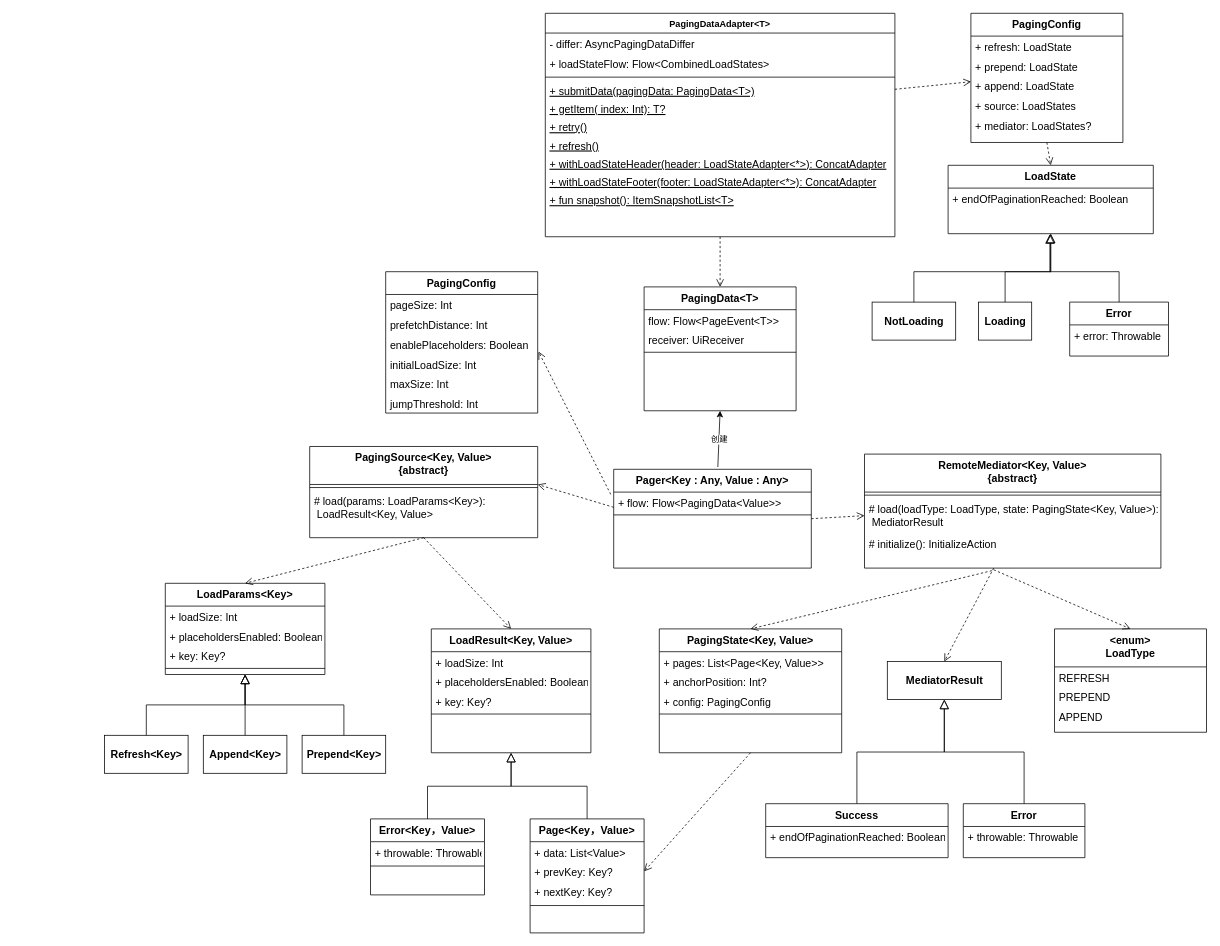
The draw.io diagram paging3demo/paging.drawio in EricHyh/KtDemoCollection, before the edit. Source tidied: cells renumbered, new cells numbered last; positions are measured from the earlier drawing's top-left corner, leaving out a move shared by most shapes. Both pictures are drawn from the tidied source at 76%, with x=0, y=0 at pixel (104, 13).
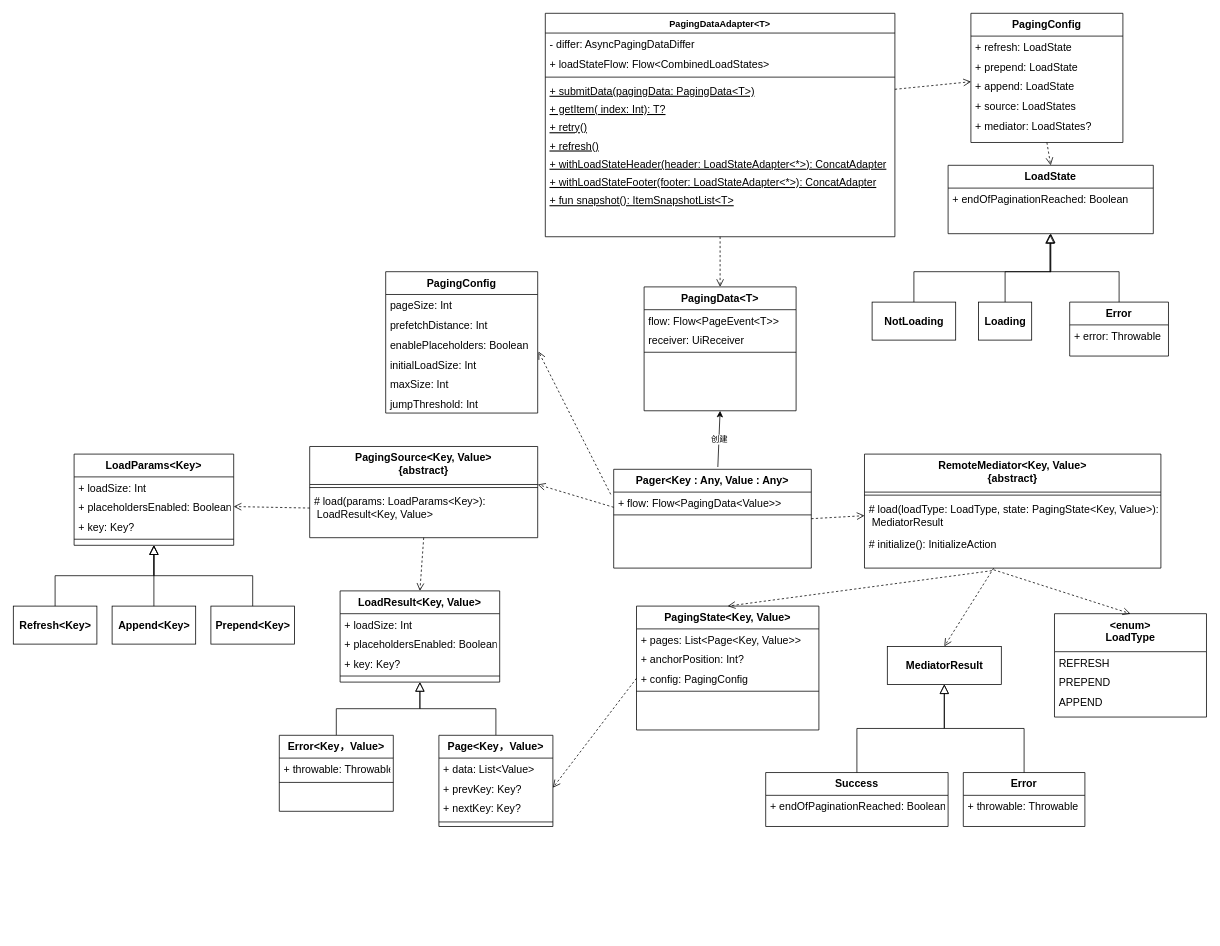
The same page after the edit.

The change refers to these unchanged cells:
```xml
<mxCell id="21" value="PagingSource&lt;Key, Value&gt;&#10;{abstract}" style="swimlane;fontStyle=1;align=center;verticalAlign=top;horizontal=1;startSize=50;rounded=0;shadow=0;strokeWidth=1;fontSize=14;" parent="1" vertex="1">
  <mxGeometry x="270" y="570" width="300" height="120" as="geometry" />
</mxCell>
<mxCell id="23" value="# load(params: LoadParams&lt;Key&gt;):&#10; LoadResult&lt;Key, Value&gt;" style="text;align=left;verticalAlign=top;spacingLeft=4;spacingRight=4;overflow=hidden;points=[[0,0.5],[1,0.5]];portConstraint=eastwest;fontSize=14;" parent="21" vertex="1">
  <mxGeometry y="58" width="300" height="46" as="geometry" />
</mxCell>
<mxCell id="43" value="+ placeholdersEnabled: Boolean" style="text;align=left;verticalAlign=top;spacingLeft=4;spacingRight=4;overflow=hidden;points=[[0,0.5],[1,0.5]];portConstraint=eastwest;rounded=0;shadow=0;html=0;fontSize=14;" parent="41" vertex="1">
  <mxGeometry y="56" width="210" height="26" as="geometry" />
</mxCell>
<mxCell id="62" value="+ prevKey: Key?" style="text;align=left;verticalAlign=top;spacingLeft=4;spacingRight=4;overflow=hidden;points=[[0,0.5],[1,0.5]];portConstraint=eastwest;rounded=0;shadow=0;html=0;fontSize=14;" parent="60" vertex="1">
  <mxGeometry y="56" width="150" height="26" as="geometry" />
</mxCell>
<mxCell id="76" value="+ config: PagingConfig" style="text;align=left;verticalAlign=top;spacingLeft=4;spacingRight=4;overflow=hidden;points=[[0,0.5],[1,0.5]];portConstraint=eastwest;rounded=0;shadow=0;html=0;fontSize=14;" parent="73" vertex="1">
  <mxGeometry y="82" width="240" height="26" as="geometry" />
</mxCell>
```

The edit, as a diff of the source:
```diff
@@
     <mxCell id="41" value="LoadParams&lt;Key&gt;" style="swimlane;fontStyle=1;align=center;verticalAlign=top;horizontal=1;startSize=30;rounded=0;shadow=0;strokeWidth=1;fontSize=14;" parent="1" vertex="1">
-      <mxGeometry x="80" y="750" width="210" height="120" as="geometry" />
+      <mxGeometry x="-40" y="580" width="210" height="120" as="geometry" />
     </mxCell>
@@
-    <mxCell id="46" style="html=1;verticalAlign=bottom;endArrow=open;dashed=1;endSize=8;exitX=0.5;exitY=1;exitDx=0;exitDy=0;entryX=0.5;entryY=0;entryDx=0;entryDy=0;" parent="1" edge="1" source="21" target="41">
+    <mxCell id="46" style="html=1;verticalAlign=bottom;endArrow=open;dashed=1;endSize=8;exitX=0;exitY=0.5;exitDx=0;exitDy=0;entryX=1;entryY=0.5;entryDx=0;entryDy=0;" parent="1" edge="1" source="23" target="43">
       <mxGeometry relative="1" as="geometry" />
     </mxCell>
     <mxCell id="47" value="&lt;b&gt;&lt;font style=&quot;font-size: 14px&quot;&gt;Refresh&amp;lt;Key&amp;gt;&lt;/font&gt;&lt;/b&gt;" style="html=1;" parent="1" vertex="1">
-      <mxGeometry y="950" width="110" height="50" as="geometry" />
+      <mxGeometry x="-120" y="780" width="110" height="50" as="geometry" />
     </mxCell>
     <mxCell id="48" value="&lt;b&gt;&lt;font style=&quot;font-size: 14px&quot;&gt;Append&amp;lt;Key&amp;gt;&lt;/font&gt;&lt;/b&gt;" style="html=1;" parent="1" vertex="1">
-      <mxGeometry x="130" y="950" width="110" height="50" as="geometry" />
+      <mxGeometry x="10" y="780" width="110" height="50" as="geometry" />
     </mxCell>
     <mxCell id="49" value="&lt;b&gt;&lt;font style=&quot;font-size: 14px&quot;&gt;Prepend&amp;lt;Key&amp;gt;&lt;/font&gt;&lt;/b&gt;" style="html=1;" parent="1" vertex="1">
-      <mxGeometry x="260" y="950" width="110" height="50" as="geometry" />
+      <mxGeometry x="140" y="780" width="110" height="50" as="geometry" />
     </mxCell>
     <mxCell id="50" value="LoadResult&lt;Key, Value&gt;" style="swimlane;fontStyle=1;align=center;verticalAlign=top;horizontal=1;startSize=30;rounded=0;shadow=0;strokeWidth=1;fontSize=14;" parent="1" vertex="1">
-      <mxGeometry x="430" y="810" width="210" height="163" as="geometry" />
+      <mxGeometry x="310" y="760" width="210" height="120" as="geometry" />
     </mxCell>
@@
-    <mxCell id="58" style="endArrow=block;endSize=10;endFill=0;shadow=0;strokeWidth=1;rounded=0;edgeStyle=elbowEdgeStyle;elbow=vertical;entryX=0.5;entryY=1;entryDx=0;entryDy=0;" parent="1" edge="1" source="60">
-      <mxGeometry relative="1" as="geometry">
-        <mxPoint x="535" y="973" as="targetPoint" />
-      </mxGeometry>
+    <mxCell id="58" style="endArrow=block;endSize=10;endFill=0;shadow=0;strokeWidth=1;rounded=0;edgeStyle=elbowEdgeStyle;elbow=vertical;entryX=0.5;entryY=1;entryDx=0;entryDy=0;" parent="1" edge="1" source="60" target="50">
+      <mxGeometry relative="1" as="geometry" />
     </mxCell>
-    <mxCell id="59" style="endArrow=block;endSize=10;endFill=0;shadow=0;strokeWidth=1;rounded=0;edgeStyle=elbowEdgeStyle;elbow=vertical;entryX=0.5;entryY=1;entryDx=0;entryDy=0;exitX=0.5;exitY=0;exitDx=0;exitDy=0;" parent="1" edge="1" source="65">
-      <mxGeometry relative="1" as="geometry">
-        <mxPoint x="535" y="973" as="targetPoint" />
-      </mxGeometry>
+    <mxCell id="59" style="endArrow=block;endSize=10;endFill=0;shadow=0;strokeWidth=1;rounded=0;edgeStyle=elbowEdgeStyle;elbow=vertical;entryX=0.5;entryY=1;entryDx=0;entryDy=0;exitX=0.5;exitY=0;exitDx=0;exitDy=0;" parent="1" edge="1" source="65" target="50">
+      <mxGeometry relative="1" as="geometry" />
     </mxCell>
     <mxCell id="60" value="Page&lt;Key，Value&gt;" style="swimlane;fontStyle=1;align=center;verticalAlign=top;horizontal=1;startSize=30;rounded=0;shadow=0;strokeWidth=1;fontSize=14;" parent="1" vertex="1">
-      <mxGeometry x="560" y="1060" width="150" height="150" as="geometry" />
+      <mxGeometry x="440" y="950" width="150" height="120" as="geometry" />
     </mxCell>
@@
     <mxCell id="65" value="Error&lt;Key，Value&gt;" style="swimlane;fontStyle=1;align=center;verticalAlign=top;horizontal=1;startSize=30;rounded=0;shadow=0;strokeWidth=1;fontSize=14;" parent="1" vertex="1">
-      <mxGeometry x="350" y="1060" width="150" height="100" as="geometry" />
+      <mxGeometry x="230" y="950" width="150" height="100" as="geometry" />
     </mxCell>
@@
     <mxCell id="68" value="&lt;enum&gt;&#10;LoadType" style="swimlane;fontStyle=1;align=center;verticalAlign=top;horizontal=1;startSize=50;rounded=0;shadow=0;strokeWidth=1;fontSize=14;" parent="1" vertex="1">
-      <mxGeometry x="1250" y="810" width="200" height="136" as="geometry" />
+      <mxGeometry x="1250" y="790" width="200" height="136" as="geometry" />
     </mxCell>
@@
     <mxCell id="73" value="PagingState&lt;Key, Value&gt;" style="swimlane;fontStyle=1;align=center;verticalAlign=top;horizontal=1;startSize=30;rounded=0;shadow=0;strokeWidth=1;fontSize=14;" parent="1" vertex="1">
-      <mxGeometry x="730" y="810" width="240" height="163" as="geometry" />
+      <mxGeometry x="700" y="780" width="240" height="163" as="geometry" />
     </mxCell>
@@
-    <mxCell id="78" style="html=1;verticalAlign=bottom;endArrow=open;dashed=1;endSize=8;exitX=0.5;exitY=1;exitDx=0;exitDy=0;entryX=1;entryY=0.5;entryDx=0;entryDy=0;" parent="1" edge="1" source="73" target="62">
+    <mxCell id="78" style="html=1;verticalAlign=bottom;endArrow=open;dashed=1;endSize=8;exitX=0;exitY=0.5;exitDx=0;exitDy=0;entryX=1;entryY=0.5;entryDx=0;entryDy=0;" parent="1" edge="1" source="76" target="62">
       <mxGeometry relative="1" as="geometry" />
     </mxCell>
@@
     <mxCell id="82" value="&lt;span style=&quot;font-size: 14px ; font-weight: 700&quot;&gt;MediatorResult&lt;/span&gt;" style="html=1;" parent="1" vertex="1">
-      <mxGeometry x="1030" y="853" width="150" height="50" as="geometry" />
+      <mxGeometry x="1030" y="833" width="150" height="50" as="geometry" />
     </mxCell>
     <mxCell id="83" value="Success" style="swimlane;fontStyle=1;align=center;verticalAlign=top;horizontal=1;startSize=30;rounded=0;shadow=0;strokeWidth=1;fontSize=14;" parent="1" vertex="1">
-      <mxGeometry x="870" y="1040" width="240" height="71" as="geometry" />
+      <mxGeometry x="870" y="999" width="240" height="71" as="geometry" />
     </mxCell>
@@
     <mxCell id="85" value="Error" style="swimlane;fontStyle=1;align=center;verticalAlign=top;horizontal=1;startSize=30;rounded=0;shadow=0;strokeWidth=1;fontSize=14;" parent="1" vertex="1">
-      <mxGeometry x="1130" y="1040" width="160" height="71" as="geometry" />
+      <mxGeometry x="1130" y="999" width="160" height="71" as="geometry" />
     </mxCell>
```
